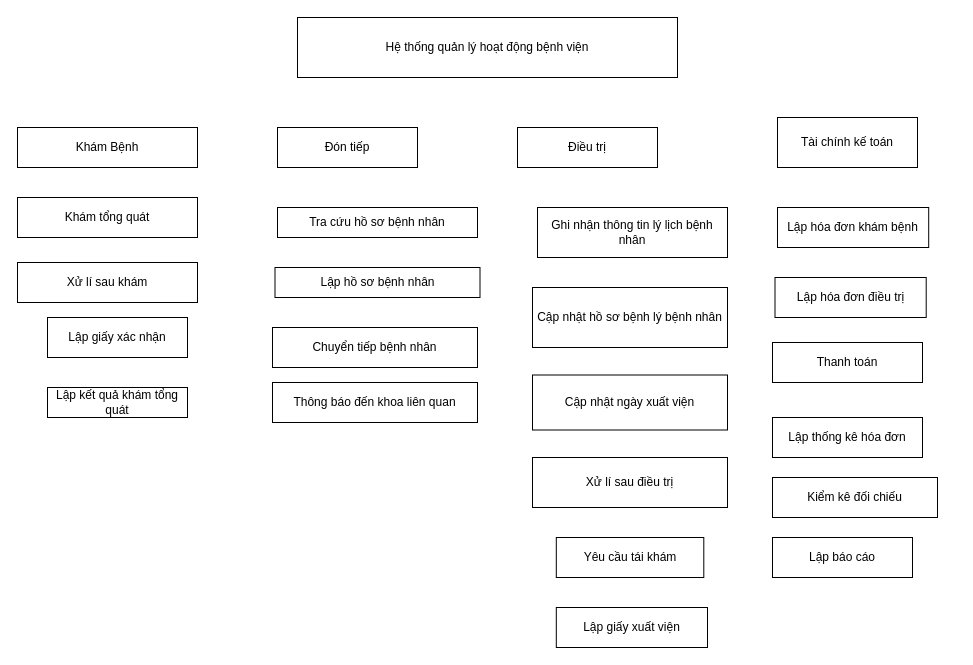
Before: PhanRaChucNang.drawio in Nhatran241/HTTT, a draw.io diagram. Source tidied: cells renumbered, new cells numbered last; positions are measured from the earlier drawing's top-left corner, leaving out a move shared by most shapes. Both pictures are drawn from the tidied source at 100%, with x=0, y=0 at pixel (17, 17).
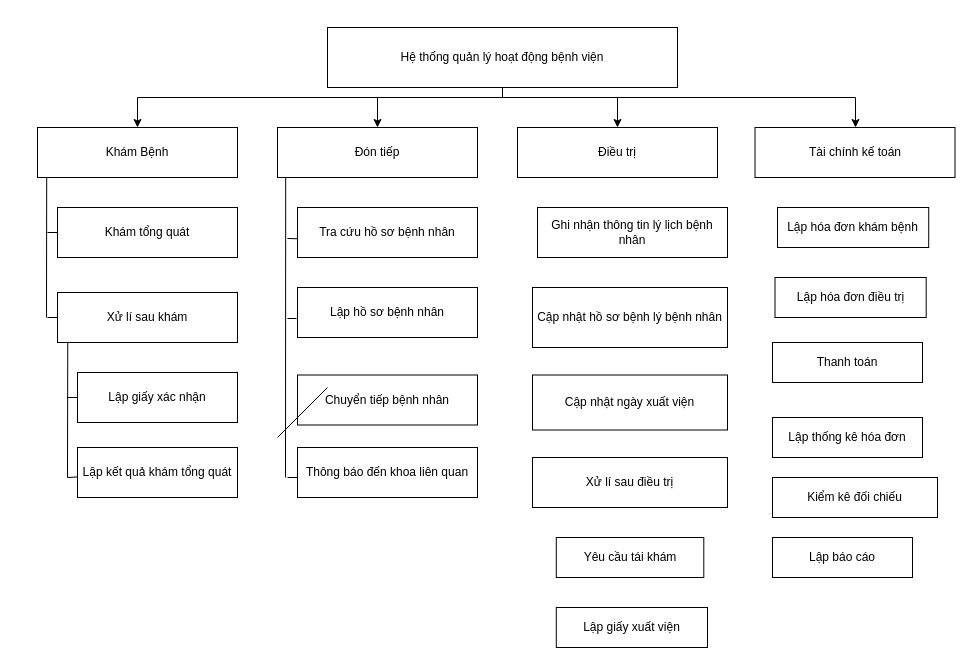
Above is the later version.

The edit, as a diff of the source:
```diff
@@
+    <mxCell id="27" style="edgeStyle=orthogonalEdgeStyle;rounded=0;jettySize=auto;html=1;" parent="1" edge="1" source="2" target="3">
+      <mxGeometry relative="1" as="geometry">
+        <Array as="points">
+          <mxPoint x="485" y="80" />
+          <mxPoint x="120" y="80" />
+        </Array>
+      </mxGeometry>
+    </mxCell>
+    <mxCell id="28" style="edgeStyle=orthogonalEdgeStyle;rounded=0;jettySize=auto;html=1;" parent="1" edge="1" source="2" target="6">
+      <mxGeometry relative="1" as="geometry">
+        <Array as="points">
+          <mxPoint x="485" y="80" />
+          <mxPoint x="360" y="80" />
+        </Array>
+      </mxGeometry>
+    </mxCell>
+    <mxCell id="29" style="edgeStyle=orthogonalEdgeStyle;rounded=0;jettySize=auto;html=1;" parent="1" edge="1" source="2" target="12">
+      <mxGeometry relative="1" as="geometry">
+        <Array as="points">
+          <mxPoint x="485" y="80" />
+          <mxPoint x="600" y="80" />
+        </Array>
+      </mxGeometry>
+    </mxCell>
+    <mxCell id="30" style="edgeStyle=orthogonalEdgeStyle;rounded=0;jettySize=auto;html=1;" parent="1" edge="1" source="2" target="20">
+      <mxGeometry relative="1" as="geometry">
+        <Array as="points">
+          <mxPoint x="485" y="80" />
+          <mxPoint x="838" y="80" />
+        </Array>
+      </mxGeometry>
+    </mxCell>
     <mxCell id="2" value="Hệ thống quản lý hoạt động bệnh viện" style="rounded=0;whiteSpace=wrap;html=1;" parent="1" vertex="1">
-      <mxGeometry x="280" width="380" height="60" as="geometry" />
+      <mxGeometry x="310" y="10" width="350" height="60" as="geometry" />
     </mxCell>
     <mxCell id="3" value="Khám Bệnh" style="rounded=0;whiteSpace=wrap;html=1;" parent="1" vertex="1">
-      <mxGeometry y="110" width="180" height="40" as="geometry" />
+      <mxGeometry x="20" y="110" width="200" height="50" as="geometry" />
     </mxCell>
     <mxCell id="4" value="Khám tổng quát" style="rounded=0;whiteSpace=wrap;html=1;" parent="1" vertex="1">
-      <mxGeometry y="180" width="180" height="40" as="geometry" />
+      <mxGeometry x="40" y="190" width="180" height="50" as="geometry" />
     </mxCell>
     <mxCell id="5" value="Xử lí sau khám" style="rounded=0;whiteSpace=wrap;html=1;" parent="1" vertex="1">
-      <mxGeometry y="245" width="180" height="40" as="geometry" />
+      <mxGeometry x="40" y="275" width="180" height="50" as="geometry" />
     </mxCell>
     <mxCell id="6" value="Đón tiếp" style="rounded=0;whiteSpace=wrap;html=1;" parent="1" vertex="1">
-      <mxGeometry x="260" y="110" width="140" height="40" as="geometry" />
+      <mxGeometry x="260" y="110" width="200" height="50" as="geometry" />
     </mxCell>
     <mxCell id="7" value="Tra cứu hồ sơ bệnh nhân" style="rounded=0;whiteSpace=wrap;html=1;" parent="1" vertex="1">
-      <mxGeometry x="260" y="190" width="200" height="30" as="geometry" />
+      <mxGeometry x="280" y="190" width="180" height="50" as="geometry" />
     </mxCell>
     <mxCell id="8" value="Lập hồ sơ bệnh nhân" style="rounded=0;whiteSpace=wrap;html=1;" parent="1" vertex="1">
-      <mxGeometry x="257.5" y="250" width="205" height="30" as="geometry" />
+      <mxGeometry x="280" y="270" width="180" height="50" as="geometry" />
     </mxCell>
     <mxCell id="9" value="Chuyển tiếp bệnh nhân" style="rounded=0;whiteSpace=wrap;html=1;" parent="1" vertex="1">
-      <mxGeometry x="255" y="310" width="205" height="40" as="geometry" />
+      <mxGeometry x="280" y="357.5" width="180" height="50" as="geometry" />
     </mxCell>
     <mxCell id="10" value="Lập giấy xác nhận" style="rounded=0;whiteSpace=wrap;html=1;" parent="1" vertex="1">
-      <mxGeometry x="30" y="300" width="140" height="40" as="geometry" />
+      <mxGeometry x="60" y="355" width="160" height="50" as="geometry" />
     </mxCell>
     <mxCell id="11" value="Lập kết quả khám tổng quát" style="rounded=0;whiteSpace=wrap;html=1;" parent="1" vertex="1">
-      <mxGeometry x="30" y="370" width="140" height="30" as="geometry" />
+      <mxGeometry x="60" y="430" width="160" height="50" as="geometry" />
     </mxCell>
     <mxCell id="12" value="Điều trị" style="rounded=0;whiteSpace=wrap;html=1;" parent="1" vertex="1">
-      <mxGeometry x="500" y="110" width="140" height="40" as="geometry" />
+      <mxGeometry x="500" y="110" width="200" height="50" as="geometry" />
     </mxCell>
@@
     <mxCell id="20" value="Tài chính kế toán" style="rounded=0;whiteSpace=wrap;html=1;" parent="1" vertex="1">
-      <mxGeometry x="760" y="100" width="140" height="50" as="geometry" />
+      <mxGeometry x="737.5" y="110" width="200" height="50" as="geometry" />
     </mxCell>
@@
     <mxCell id="25" value="Thông báo đến khoa liên quan" style="rounded=0;whiteSpace=wrap;html=1;" parent="1" vertex="1">
-      <mxGeometry x="255" y="365" width="205" height="40" as="geometry" />
+      <mxGeometry x="280" y="430" width="180" height="50" as="geometry" />
     </mxCell>
@@
+    <mxCell id="31" style="endArrow=none;html=1;entryX=0.046;entryY=1.005;entryDx=0;entryDy=0;entryPerimeter=0;" parent="1" edge="1" target="3">
+      <mxGeometry relative="1" as="geometry">
+        <mxPoint x="29" y="300" as="sourcePoint" />
+      </mxGeometry>
+    </mxCell>
+    <mxCell id="32" style="endArrow=none;html=1;entryX=0;entryY=0.5;entryDx=0;entryDy=0;" parent="1" edge="1" target="4">
+      <mxGeometry relative="1" as="geometry">
+        <mxPoint x="30" y="215" as="sourcePoint" />
+      </mxGeometry>
+    </mxCell>
+    <mxCell id="33" style="endArrow=none;html=1;entryX=0;entryY=0.5;entryDx=0;entryDy=0;" parent="1" edge="1" target="5">
+      <mxGeometry relative="1" as="geometry">
+        <mxPoint x="30" y="300" as="sourcePoint" />
+      </mxGeometry>
+    </mxCell>
+    <mxCell id="34" style="endArrow=none;html=1;entryX=0.057;entryY=0.994;entryDx=0;entryDy=0;entryPerimeter=0;" parent="1" edge="1" target="5">
+      <mxGeometry relative="1" as="geometry">
+        <mxPoint x="50" y="460" as="sourcePoint" />
+      </mxGeometry>
+    </mxCell>
+    <mxCell id="35" style="endArrow=none;html=1;entryX=0;entryY=0.5;entryDx=0;entryDy=0;" parent="1" edge="1" target="10">
+      <mxGeometry relative="1" as="geometry">
+        <mxPoint x="50" y="380" as="sourcePoint" />
+      </mxGeometry>
+    </mxCell>
+    <mxCell id="36" style="endArrow=none;html=1;" parent="1" edge="1" target="11">
+      <mxGeometry relative="1" as="geometry">
+        <mxPoint x="50" y="460" as="sourcePoint" />
+      </mxGeometry>
+    </mxCell>
+    <mxCell id="37" style="endArrow=none;html=1;entryX=0.041;entryY=1.005;entryDx=0;entryDy=0;entryPerimeter=0;" parent="1" edge="1" target="6">
+      <mxGeometry relative="1" as="geometry">
+        <mxPoint x="268" y="460" as="sourcePoint" />
+      </mxGeometry>
+    </mxCell>
+    <mxCell id="38" style="endArrow=none;html=1;entryX=0.001;entryY=0.625;entryDx=0;entryDy=0;entryPerimeter=0;" parent="1" edge="1" target="7">
+      <mxGeometry relative="1" as="geometry">
+        <mxPoint x="270" y="221" as="sourcePoint" />
+      </mxGeometry>
+    </mxCell>
+    <mxCell id="39" style="endArrow=none;html=1;" parent="1" edge="1">
+      <mxGeometry relative="1" as="geometry">
+        <mxPoint x="270" y="301" as="sourcePoint" />
+        <mxPoint x="279" y="301" as="targetPoint" />
+      </mxGeometry>
+    </mxCell>
+    <mxCell id="40" style="endArrow=none;html=1;entryX=0.001;entryY=0.6;entryDx=0;entryDy=0;entryPerimeter=0;" parent="1" edge="1" target="25">
+      <mxGeometry relative="1" as="geometry">
+        <mxPoint x="270" y="460" as="sourcePoint" />
+      </mxGeometry>
+    </mxCell>
+    <mxCell id="41" style="endArrow=none;html=1;" parent="1" edge="1">
+      <mxGeometry relative="1" as="geometry">
+        <mxPoint x="260" y="420" as="sourcePoint" />
+        <mxPoint x="310" y="370" as="targetPoint" />
+      </mxGeometry>
+    </mxCell>
```
